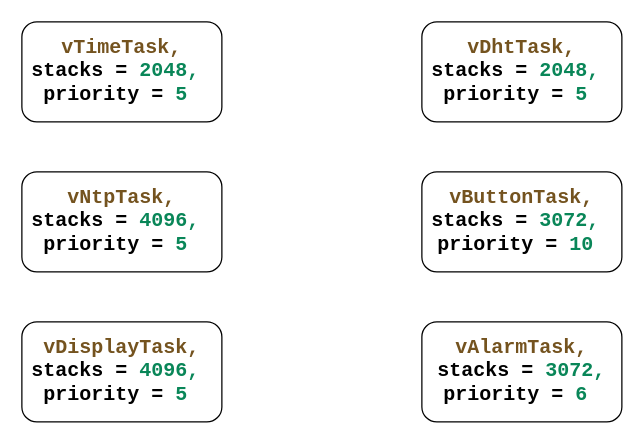
Before: page "Task" (15 of 17) of UML.drawio in 106210049/CK_RTOS, a draw.io diagram. Source tidied: cells renumbered, new cells numbered last; positions are measured from the earlier drawing's top-left corner, leaving out a move shared by most shapes. Both pictures are drawn from the tidied source at 125%, with x=0, y=0 at pixel (21, 21).
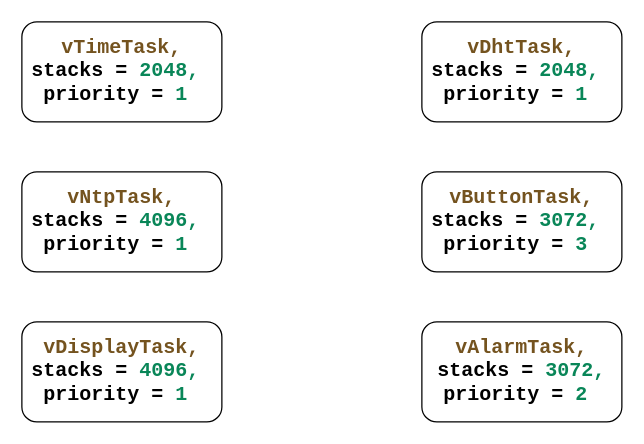
Above is the later version.

What changed in the source:
```diff
@@
 <mxGraphModel>
   <root>
     <mxCell id="0" />
     <mxCell id="1" parent="0" />
-    <mxCell id="2" value="&lt;div style=&quot;background-color: rgb(255, 255, 255); font-family: Consolas, &amp;quot;Courier New&amp;quot;, monospace; line-height: 19px; white-space: pre;&quot;&gt;&lt;span style=&quot;color: rgb(116, 83, 31);&quot;&gt;vTimeTask,&lt;/span&gt;&lt;/div&gt;&lt;div style=&quot;background-color: rgb(255, 255, 255); font-family: Consolas, &amp;quot;Courier New&amp;quot;, monospace; line-height: 19px; white-space: pre;&quot;&gt;&lt;span style=&quot;color: rgb(9, 134, 88);&quot;&gt;&lt;font style=&quot;color: rgb(0, 0, 0);&quot;&gt;stacks =&lt;/font&gt;&lt;/span&gt;&lt;span style=&quot;color: rgb(9, 134, 88);&quot;&gt; 2048, &lt;/span&gt;&lt;/div&gt;&lt;div style=&quot;background-color: rgb(255, 255, 255); font-family: Consolas, &amp;quot;Courier New&amp;quot;, monospace; line-height: 19px; white-space: pre;&quot;&gt;&lt;span style=&quot;color: rgb(9, 134, 88);&quot;&gt;&lt;span style=&quot;color: light-dark(rgb(0, 0, 0), rgb(255, 255, 255));&quot;&gt;priority = &lt;/span&gt;5&lt;/span&gt;&lt;span style=&quot;color: rgb(116, 83, 31);&quot;&gt; &lt;/span&gt;&lt;/div&gt;" style="rounded=1;whiteSpace=wrap;html=1;fontSize=16;fontStyle=1;" parent="1" vertex="1">
+    <mxCell id="2" value="&lt;div style=&quot;background-color: rgb(255, 255, 255); font-family: Consolas, &amp;quot;Courier New&amp;quot;, monospace; line-height: 19px; white-space: pre;&quot;&gt;&lt;span style=&quot;color: rgb(116, 83, 31);&quot;&gt;vTimeTask,&lt;/span&gt;&lt;/div&gt;&lt;div style=&quot;background-color: rgb(255, 255, 255); font-family: Consolas, &amp;quot;Courier New&amp;quot;, monospace; line-height: 19px; white-space: pre;&quot;&gt;&lt;span style=&quot;color: rgb(9, 134, 88);&quot;&gt;&lt;font style=&quot;color: rgb(0, 0, 0);&quot;&gt;stacks =&lt;/font&gt;&lt;/span&gt;&lt;span style=&quot;color: rgb(9, 134, 88);&quot;&gt; 2048, &lt;/span&gt;&lt;/div&gt;&lt;div style=&quot;background-color: rgb(255, 255, 255); font-family: Consolas, &amp;quot;Courier New&amp;quot;, monospace; line-height: 19px; white-space: pre;&quot;&gt;&lt;span style=&quot;color: rgb(9, 134, 88);&quot;&gt;&lt;span style=&quot;color: light-dark(rgb(0, 0, 0), rgb(255, 255, 255));&quot;&gt;priority = &lt;/span&gt;&lt;font color=&quot;#098658&quot;&gt;1&lt;/font&gt;&lt;/span&gt;&lt;span style=&quot;color: rgb(116, 83, 31);&quot;&gt; &lt;/span&gt;&lt;/div&gt;" style="rounded=1;whiteSpace=wrap;html=1;fontSize=16;fontStyle=1;" parent="1" vertex="1">
       <mxGeometry width="160" height="80" as="geometry" />
     </mxCell>
-    <mxCell id="3" value="&lt;div style=&quot;background-color: rgb(255, 255, 255); font-family: Consolas, &amp;quot;Courier New&amp;quot;, monospace; line-height: 19px; white-space: pre;&quot;&gt;&lt;span style=&quot;color: rgb(9, 134, 88);&quot;&gt;&lt;span style=&quot;color: rgb(116, 83, 31);&quot;&gt;vNtpTask,&lt;/span&gt;&lt;/span&gt;&lt;/div&gt;&lt;div style=&quot;background-color: rgb(255, 255, 255); font-family: Consolas, &amp;quot;Courier New&amp;quot;, monospace; line-height: 19px; white-space: pre;&quot;&gt;&lt;span style=&quot;color: rgb(9, 134, 88);&quot;&gt;&lt;span style=&quot;color: light-dark(rgb(0, 0, 0), rgb(255, 255, 255));&quot;&gt;stacks = &lt;/span&gt;4096, &lt;/span&gt;&lt;/div&gt;&lt;div style=&quot;background-color: rgb(255, 255, 255); font-family: Consolas, &amp;quot;Courier New&amp;quot;, monospace; line-height: 19px; white-space: pre;&quot;&gt;&lt;span style=&quot;color: rgb(9, 134, 88);&quot;&gt;&lt;span style=&quot;color: light-dark(rgb(0, 0, 0), rgb(255, 255, 255));&quot;&gt;priority = &lt;/span&gt;5&lt;/span&gt;&lt;span style=&quot;color: rgb(116, 83, 31);&quot;&gt; &lt;/span&gt;&lt;/div&gt;" style="rounded=1;whiteSpace=wrap;html=1;fontSize=16;fontStyle=1;" parent="1" vertex="1">
+    <mxCell id="3" value="&lt;div style=&quot;background-color: rgb(255, 255, 255); font-family: Consolas, &amp;quot;Courier New&amp;quot;, monospace; line-height: 19px; white-space: pre;&quot;&gt;&lt;span style=&quot;color: rgb(9, 134, 88);&quot;&gt;&lt;span style=&quot;color: rgb(116, 83, 31);&quot;&gt;vNtpTask,&lt;/span&gt;&lt;/span&gt;&lt;/div&gt;&lt;div style=&quot;background-color: rgb(255, 255, 255); font-family: Consolas, &amp;quot;Courier New&amp;quot;, monospace; line-height: 19px; white-space: pre;&quot;&gt;&lt;span style=&quot;color: rgb(9, 134, 88);&quot;&gt;&lt;span style=&quot;color: light-dark(rgb(0, 0, 0), rgb(255, 255, 255));&quot;&gt;stacks = &lt;/span&gt;4096, &lt;/span&gt;&lt;/div&gt;&lt;div style=&quot;background-color: rgb(255, 255, 255); font-family: Consolas, &amp;quot;Courier New&amp;quot;, monospace; line-height: 19px; white-space: pre;&quot;&gt;&lt;span style=&quot;color: rgb(9, 134, 88);&quot;&gt;&lt;span style=&quot;color: light-dark(rgb(0, 0, 0), rgb(255, 255, 255));&quot;&gt;priority = &lt;/span&gt;&lt;font color=&quot;#098658&quot;&gt;1&lt;/font&gt;&lt;/span&gt;&lt;span style=&quot;color: rgb(116, 83, 31);&quot;&gt; &lt;/span&gt;&lt;/div&gt;" style="rounded=1;whiteSpace=wrap;html=1;fontSize=16;fontStyle=1;" parent="1" vertex="1">
       <mxGeometry y="120" width="160" height="80" as="geometry" />
     </mxCell>
-    <mxCell id="4" value="&lt;div style=&quot;background-color: rgb(255, 255, 255); font-family: Consolas, &amp;quot;Courier New&amp;quot;, monospace; line-height: 19px; white-space: pre;&quot;&gt;&lt;span style=&quot;color: rgb(9, 134, 88);&quot;&gt;&lt;span style=&quot;color: rgb(116, 83, 31);&quot;&gt;vDisplayTask,&lt;/span&gt;&lt;/span&gt;&lt;/div&gt;&lt;div style=&quot;background-color: rgb(255, 255, 255); font-family: Consolas, &amp;quot;Courier New&amp;quot;, monospace; line-height: 19px; white-space: pre;&quot;&gt;&lt;span style=&quot;color: rgb(9, 134, 88);&quot;&gt;&lt;span style=&quot;color: light-dark(rgb(0, 0, 0), rgb(255, 255, 255));&quot;&gt;stacks = &lt;/span&gt;4096, &lt;/span&gt;&lt;/div&gt;&lt;div style=&quot;background-color: rgb(255, 255, 255); font-family: Consolas, &amp;quot;Courier New&amp;quot;, monospace; line-height: 19px; white-space: pre;&quot;&gt;&lt;span style=&quot;color: rgb(9, 134, 88);&quot;&gt;&lt;span style=&quot;color: light-dark(rgb(0, 0, 0), rgb(255, 255, 255));&quot;&gt;priority = &lt;/span&gt;5&lt;/span&gt;&lt;span style=&quot;color: rgb(116, 83, 31);&quot;&gt; &lt;/span&gt;&lt;/div&gt;" style="rounded=1;whiteSpace=wrap;html=1;fontSize=16;fontStyle=1;" parent="1" vertex="1">
+    <mxCell id="4" value="&lt;div style=&quot;background-color: rgb(255, 255, 255); font-family: Consolas, &amp;quot;Courier New&amp;quot;, monospace; line-height: 19px; white-space: pre;&quot;&gt;&lt;span style=&quot;color: rgb(9, 134, 88);&quot;&gt;&lt;span style=&quot;color: rgb(116, 83, 31);&quot;&gt;vDisplayTask,&lt;/span&gt;&lt;/span&gt;&lt;/div&gt;&lt;div style=&quot;background-color: rgb(255, 255, 255); font-family: Consolas, &amp;quot;Courier New&amp;quot;, monospace; line-height: 19px; white-space: pre;&quot;&gt;&lt;span style=&quot;color: rgb(9, 134, 88);&quot;&gt;&lt;span style=&quot;color: light-dark(rgb(0, 0, 0), rgb(255, 255, 255));&quot;&gt;stacks = &lt;/span&gt;4096, &lt;/span&gt;&lt;/div&gt;&lt;div style=&quot;background-color: rgb(255, 255, 255); font-family: Consolas, &amp;quot;Courier New&amp;quot;, monospace; line-height: 19px; white-space: pre;&quot;&gt;&lt;span style=&quot;color: rgb(9, 134, 88);&quot;&gt;&lt;span style=&quot;color: light-dark(rgb(0, 0, 0), rgb(255, 255, 255));&quot;&gt;priority = &lt;/span&gt;&lt;font color=&quot;#098658&quot;&gt;1&lt;/font&gt;&lt;/span&gt;&lt;span style=&quot;color: rgb(116, 83, 31);&quot;&gt; &lt;/span&gt;&lt;/div&gt;" style="rounded=1;whiteSpace=wrap;html=1;fontSize=16;fontStyle=1;" parent="1" vertex="1">
       <mxGeometry y="240" width="160" height="80" as="geometry" />
     </mxCell>
-    <mxCell id="5" value="&lt;div style=&quot;background-color: rgb(255, 255, 255); font-family: Consolas, &amp;quot;Courier New&amp;quot;, monospace; line-height: 19px; white-space: pre;&quot;&gt;&lt;span style=&quot;color: rgb(9, 134, 88);&quot;&gt;&lt;span style=&quot;color: rgb(116, 83, 31);&quot;&gt;vDhtTask,&lt;/span&gt;&lt;/span&gt;&lt;/div&gt;&lt;div style=&quot;background-color: rgb(255, 255, 255); font-family: Consolas, &amp;quot;Courier New&amp;quot;, monospace; line-height: 19px; white-space: pre;&quot;&gt;&lt;span style=&quot;color: rgb(9, 134, 88);&quot;&gt;&lt;span style=&quot;color: light-dark(rgb(0, 0, 0), rgb(255, 255, 255));&quot;&gt;stacks = &lt;/span&gt;2048, &lt;/span&gt;&lt;/div&gt;&lt;div style=&quot;background-color: rgb(255, 255, 255); font-family: Consolas, &amp;quot;Courier New&amp;quot;, monospace; line-height: 19px; white-space: pre;&quot;&gt;&lt;span style=&quot;color: rgb(9, 134, 88);&quot;&gt;&lt;span style=&quot;color: light-dark(rgb(0, 0, 0), rgb(255, 255, 255));&quot;&gt;priority = &lt;/span&gt;5&lt;/span&gt;&lt;span style=&quot;color: rgb(116, 83, 31);&quot;&gt; &lt;/span&gt;&lt;/div&gt;" style="rounded=1;whiteSpace=wrap;html=1;fontSize=16;fontStyle=1;" parent="1" vertex="1">
+    <mxCell id="5" value="&lt;div style=&quot;background-color: rgb(255, 255, 255); font-family: Consolas, &amp;quot;Courier New&amp;quot;, monospace; line-height: 19px; white-space: pre;&quot;&gt;&lt;span style=&quot;color: rgb(9, 134, 88);&quot;&gt;&lt;span style=&quot;color: rgb(116, 83, 31);&quot;&gt;vDhtTask,&lt;/span&gt;&lt;/span&gt;&lt;/div&gt;&lt;div style=&quot;background-color: rgb(255, 255, 255); font-family: Consolas, &amp;quot;Courier New&amp;quot;, monospace; line-height: 19px; white-space: pre;&quot;&gt;&lt;span style=&quot;color: rgb(9, 134, 88);&quot;&gt;&lt;span style=&quot;color: light-dark(rgb(0, 0, 0), rgb(255, 255, 255));&quot;&gt;stacks = &lt;/span&gt;2048, &lt;/span&gt;&lt;/div&gt;&lt;div style=&quot;background-color: rgb(255, 255, 255); font-family: Consolas, &amp;quot;Courier New&amp;quot;, monospace; line-height: 19px; white-space: pre;&quot;&gt;&lt;span style=&quot;color: rgb(9, 134, 88);&quot;&gt;&lt;span style=&quot;color: light-dark(rgb(0, 0, 0), rgb(255, 255, 255));&quot;&gt;priority = &lt;/span&gt;&lt;font color=&quot;#098658&quot;&gt;1&lt;/font&gt;&lt;/span&gt;&lt;span style=&quot;color: rgb(116, 83, 31);&quot;&gt; &lt;/span&gt;&lt;/div&gt;" style="rounded=1;whiteSpace=wrap;html=1;fontSize=16;fontStyle=1;" parent="1" vertex="1">
       <mxGeometry x="320" width="160" height="80" as="geometry" />
     </mxCell>
-    <mxCell id="6" value="&lt;div style=&quot;background-color: rgb(255, 255, 255); font-family: Consolas, &amp;quot;Courier New&amp;quot;, monospace; line-height: 19px; white-space: pre;&quot;&gt;&lt;span style=&quot;color: rgb(9, 134, 88);&quot;&gt;&lt;span style=&quot;color: rgb(116, 83, 31);&quot;&gt;vButtonTask,&lt;/span&gt;&lt;/span&gt;&lt;/div&gt;&lt;div style=&quot;background-color: rgb(255, 255, 255); font-family: Consolas, &amp;quot;Courier New&amp;quot;, monospace; line-height: 19px; white-space: pre;&quot;&gt;&lt;span style=&quot;color: rgb(9, 134, 88);&quot;&gt;&lt;span style=&quot;color: light-dark(rgb(0, 0, 0), rgb(255, 255, 255));&quot;&gt;stacks = &lt;/span&gt;3072, &lt;/span&gt;&lt;/div&gt;&lt;div style=&quot;background-color: rgb(255, 255, 255); font-family: Consolas, &amp;quot;Courier New&amp;quot;, monospace; line-height: 19px; white-space: pre;&quot;&gt;&lt;span style=&quot;color: rgb(9, 134, 88);&quot;&gt;&lt;span style=&quot;color: light-dark(rgb(0, 0, 0), rgb(255, 255, 255));&quot;&gt;priority = &lt;/span&gt;10&lt;/span&gt;&lt;span style=&quot;color: rgb(116, 83, 31);&quot;&gt; &lt;/span&gt;&lt;/div&gt;" style="rounded=1;whiteSpace=wrap;html=1;fontSize=16;fontStyle=1;" parent="1" vertex="1">
+    <mxCell id="6" value="&lt;div style=&quot;background-color: rgb(255, 255, 255); font-family: Consolas, &amp;quot;Courier New&amp;quot;, monospace; line-height: 19px; white-space: pre;&quot;&gt;&lt;span style=&quot;color: rgb(9, 134, 88);&quot;&gt;&lt;span style=&quot;color: rgb(116, 83, 31);&quot;&gt;vButtonTask,&lt;/span&gt;&lt;/span&gt;&lt;/div&gt;&lt;div style=&quot;background-color: rgb(255, 255, 255); font-family: Consolas, &amp;quot;Courier New&amp;quot;, monospace; line-height: 19px; white-space: pre;&quot;&gt;&lt;span style=&quot;color: rgb(9, 134, 88);&quot;&gt;&lt;span style=&quot;color: light-dark(rgb(0, 0, 0), rgb(255, 255, 255));&quot;&gt;stacks = &lt;/span&gt;3072, &lt;/span&gt;&lt;/div&gt;&lt;div style=&quot;background-color: rgb(255, 255, 255); font-family: Consolas, &amp;quot;Courier New&amp;quot;, monospace; line-height: 19px; white-space: pre;&quot;&gt;&lt;span style=&quot;color: rgb(9, 134, 88);&quot;&gt;&lt;span style=&quot;color: light-dark(rgb(0, 0, 0), rgb(255, 255, 255));&quot;&gt;priority = &lt;/span&gt;&lt;font color=&quot;#098658&quot;&gt;3&lt;/font&gt;&lt;/span&gt;&lt;span style=&quot;color: rgb(116, 83, 31);&quot;&gt; &lt;/span&gt;&lt;/div&gt;" style="rounded=1;whiteSpace=wrap;html=1;fontSize=16;fontStyle=1;" parent="1" vertex="1">
       <mxGeometry x="320" y="120" width="160" height="80" as="geometry" />
     </mxCell>
-    <mxCell id="7" value="&lt;div style=&quot;background-color: rgb(255, 255, 255); font-family: Consolas, &amp;quot;Courier New&amp;quot;, monospace; line-height: 19px; white-space: pre;&quot;&gt;&lt;span style=&quot;color: rgb(9, 134, 88);&quot;&gt;&lt;span style=&quot;color: rgb(116, 83, 31);&quot;&gt;vAlarmTask,&lt;/span&gt;&lt;/span&gt;&lt;/div&gt;&lt;div style=&quot;background-color: rgb(255, 255, 255); font-family: Consolas, &amp;quot;Courier New&amp;quot;, monospace; line-height: 19px; white-space: pre;&quot;&gt;&lt;span style=&quot;color: rgb(9, 134, 88);&quot;&gt;&lt;span style=&quot;color: light-dark(rgb(0, 0, 0), rgb(255, 255, 255));&quot;&gt;stacks = &lt;/span&gt;3072,&lt;/span&gt;&lt;/div&gt;&lt;div style=&quot;background-color: rgb(255, 255, 255); font-family: Consolas, &amp;quot;Courier New&amp;quot;, monospace; line-height: 19px; white-space: pre;&quot;&gt;&lt;span style=&quot;color: rgb(9, 134, 88);&quot;&gt;&lt;span style=&quot;color: light-dark(rgb(0, 0, 0), rgb(255, 255, 255));&quot;&gt;priority =&lt;/span&gt; 6&lt;/span&gt;&lt;span style=&quot;color: rgb(116, 83, 31);&quot;&gt; &lt;/span&gt;&lt;/div&gt;" style="rounded=1;whiteSpace=wrap;html=1;fontSize=16;fontStyle=1;" parent="1" vertex="1">
+    <mxCell id="7" value="&lt;div style=&quot;background-color: rgb(255, 255, 255); font-family: Consolas, &amp;quot;Courier New&amp;quot;, monospace; line-height: 19px; white-space: pre;&quot;&gt;&lt;span style=&quot;color: rgb(9, 134, 88);&quot;&gt;&lt;span style=&quot;color: rgb(116, 83, 31);&quot;&gt;vAlarmTask,&lt;/span&gt;&lt;/span&gt;&lt;/div&gt;&lt;div style=&quot;background-color: rgb(255, 255, 255); font-family: Consolas, &amp;quot;Courier New&amp;quot;, monospace; line-height: 19px; white-space: pre;&quot;&gt;&lt;span style=&quot;color: rgb(9, 134, 88);&quot;&gt;&lt;span style=&quot;color: light-dark(rgb(0, 0, 0), rgb(255, 255, 255));&quot;&gt;stacks = &lt;/span&gt;3072,&lt;/span&gt;&lt;/div&gt;&lt;div style=&quot;background-color: rgb(255, 255, 255); font-family: Consolas, &amp;quot;Courier New&amp;quot;, monospace; line-height: 19px; white-space: pre;&quot;&gt;&lt;span style=&quot;color: rgb(9, 134, 88);&quot;&gt;&lt;span style=&quot;color: light-dark(rgb(0, 0, 0), rgb(255, 255, 255));&quot;&gt;priority =&lt;/span&gt; 2&lt;/span&gt;&lt;span style=&quot;color: rgb(116, 83, 31);&quot;&gt; &lt;/span&gt;&lt;/div&gt;" style="rounded=1;whiteSpace=wrap;html=1;fontSize=16;fontStyle=1;" parent="1" vertex="1">
       <mxGeometry x="320" y="240" width="160" height="80" as="geometry" />
     </mxCell>
   </root>
 </mxGraphModel>
```
